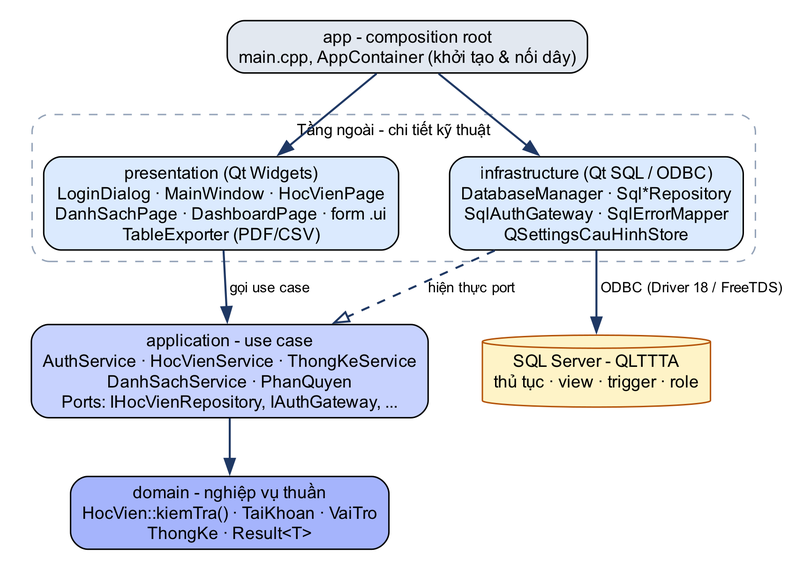
Above: docs/report/images/diagrams/kien_truc.png in nhutruong-uit/imcp (Graphviz), before the change. Its source is kept beside it as docs/report/diagrams/kien_truc.dot. Its diagram source:
```dot
digraph ARCH {
  graph [rankdir=TB, fontname="Arial", dpi=220, pad=0.2, nodesep=0.5, ranksep=0.55, compound=true];
  node  [fontname="Arial", fontsize=12, shape=box, style="rounded,filled"];
  edge  [color="#1F3864", penwidth=1.4, fontname="Arial", fontsize=10];
  APP [label="app - composition root\nmain.cpp, AppContainer (khởi tạo & nối dây)", fillcolor="#E2E8F0"];
  subgraph cluster_outer { label="Tầng ngoài - chi tiết kỹ thuật"; style="rounded,dashed"; color="#94A3B8"; fontsize=11;
    P [label="presentation (Qt Widgets)\nLoginDialog · MainWindow · HocVienPage\nDanhSachPage · DashboardPage · form .ui\nTableExporter (PDF/CSV)", fillcolor="#DBEAFE"];
    I [label="infrastructure (Qt SQL / ODBC)\nDatabaseManager · Sql*Repository\nSqlAuthGateway · SqlErrorMapper\nQSettingsCauHinhStore", fillcolor="#DBEAFE"]; }
  A [label="application - use case\nAuthService · HocVienService · ThongKeService\nDanhSachService · PhanQuyen\nPorts: IHocVienRepository, IAuthGateway, ...", fillcolor="#C7D2FE"];
  D [label="domain - nghiệp vụ thuần\nHocVien::kiemTra() · TaiKhoan · VaiTro\nThongKe · Result<T>", fillcolor="#A5B4FC"];
  DB [label="SQL Server - QLTTTA\nthủ tục · view · trigger · role", shape=cylinder, fillcolor="#FEF3C7", color="#B45309"];
  APP -> P; APP -> I;
  P -> A [label=" gọi use case"]; I -> A [label=" hiện thực port", style=dashed, arrowhead=empty];
  A -> D; I -> DB [label=" ODBC (Driver 18 / FreeTDS)"];
}
```
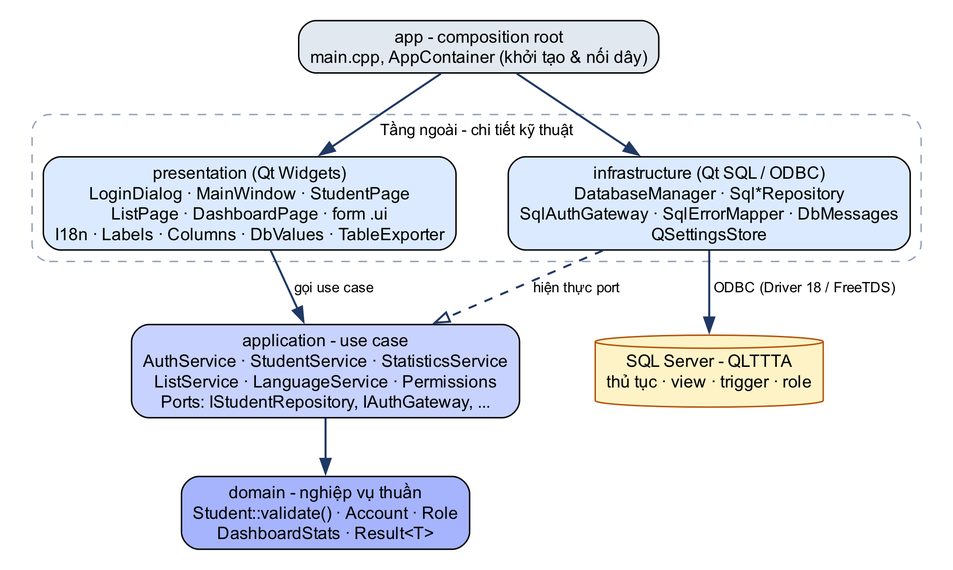
After the commit.

Diff of the diagram source:
```diff
@@ -4,10 +4,10 @@
   edge  [color="#1F3864", penwidth=1.4, fontname="Arial", fontsize=10];
   APP [label="app - composition root\nmain.cpp, AppContainer (khởi tạo & nối dây)", fillcolor="#E2E8F0"];
   subgraph cluster_outer { label="Tầng ngoài - chi tiết kỹ thuật"; style="rounded,dashed"; color="#94A3B8"; fontsize=11;
-    P [label="presentation (Qt Widgets)\nLoginDialog · MainWindow · HocVienPage\nDanhSachPage · DashboardPage · form .ui\nTableExporter (PDF/CSV)", fillcolor="#DBEAFE"];
-    I [label="infrastructure (Qt SQL / ODBC)\nDatabaseManager · Sql*Repository\nSqlAuthGateway · SqlErrorMapper\nQSettingsCauHinhStore", fillcolor="#DBEAFE"]; }
-  A [label="application - use case\nAuthService · HocVienService · ThongKeService\nDanhSachService · PhanQuyen\nPorts: IHocVienRepository, IAuthGateway, ...", fillcolor="#C7D2FE"];
-  D [label="domain - nghiệp vụ thuần\nHocVien::kiemTra() · TaiKhoan · VaiTro\nThongKe · Result<T>", fillcolor="#A5B4FC"];
+    P [label="presentation (Qt Widgets)\nLoginDialog · MainWindow · StudentPage\nListPage · DashboardPage · form .ui\nI18n · Labels · Columns · DbValues · TableExporter", fillcolor="#DBEAFE"];
+    I [label="infrastructure (Qt SQL / ODBC)\nDatabaseManager · Sql*Repository\nSqlAuthGateway · SqlErrorMapper · DbMessages\nQSettingsStore", fillcolor="#DBEAFE"]; }
+  A [label="application - use case\nAuthService · StudentService · StatisticsService\nListService · LanguageService · Permissions\nPorts: IStudentRepository, IAuthGateway, ...", fillcolor="#C7D2FE"];
+  D [label="domain - nghiệp vụ thuần\nStudent::validate() · Account · Role\nDashboardStats · Result<T>", fillcolor="#A5B4FC"];
   DB [label="SQL Server - QLTTTA\nthủ tục · view · trigger · role", shape=cylinder, fillcolor="#FEF3C7", color="#B45309"];
   APP -> P; APP -> I;
   P -> A [label=" gọi use case"]; I -> A [label=" hiện thực port", style=dashed, arrowhead=empty];
```
